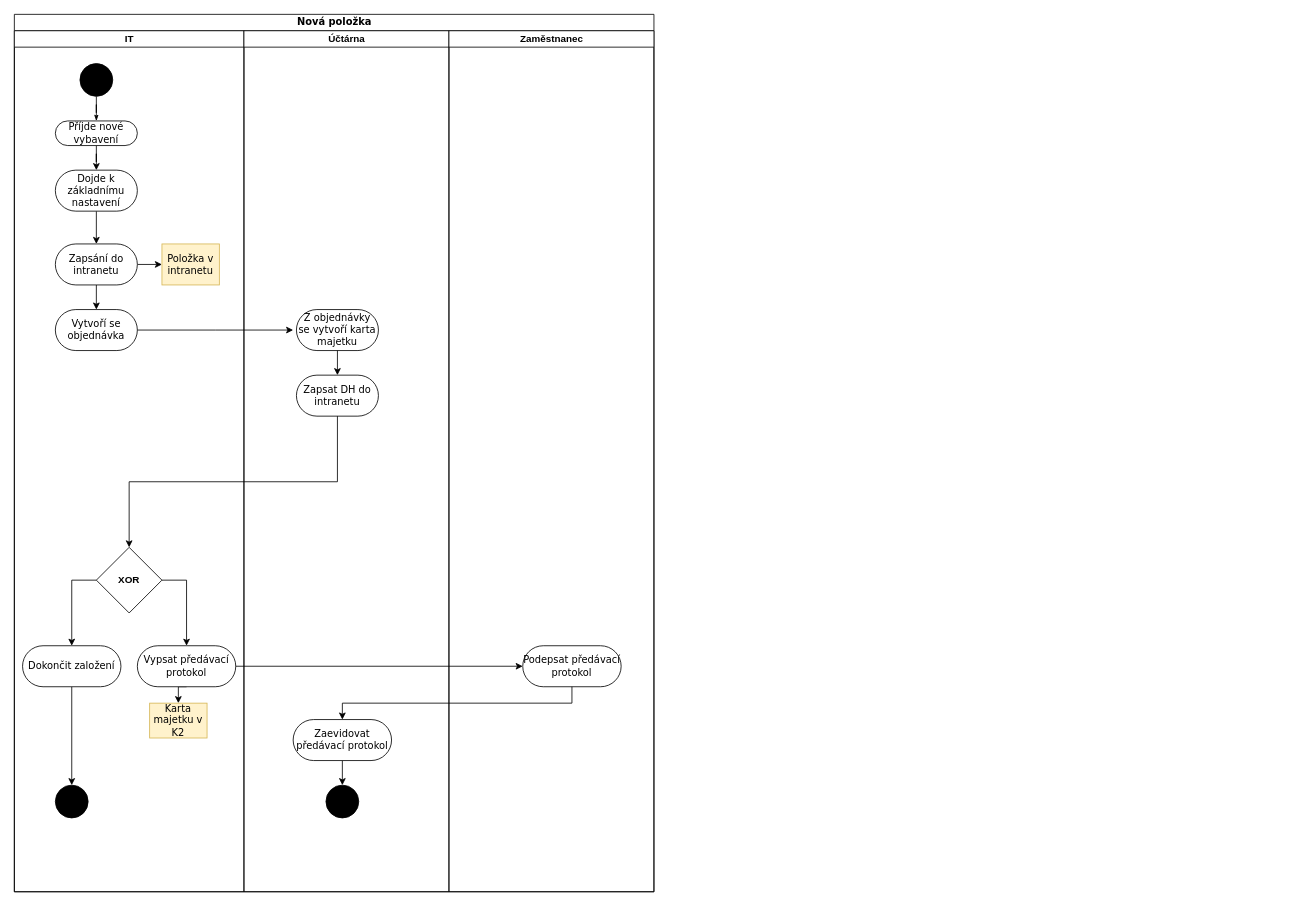
This is page "Nová položka - new 0.0.1" (5 of 7) of UML - Inventar.drawio from horeckyj/drawio, a draw.io file, before an edit. Source tidied: cells renumbered, new cells numbered last; positions are measured from the earlier drawing's top-left corner, leaving out a move shared by most shapes. Both pictures are drawn from the tidied source at 82%, with x=0, y=0 at pixel (14, 14).
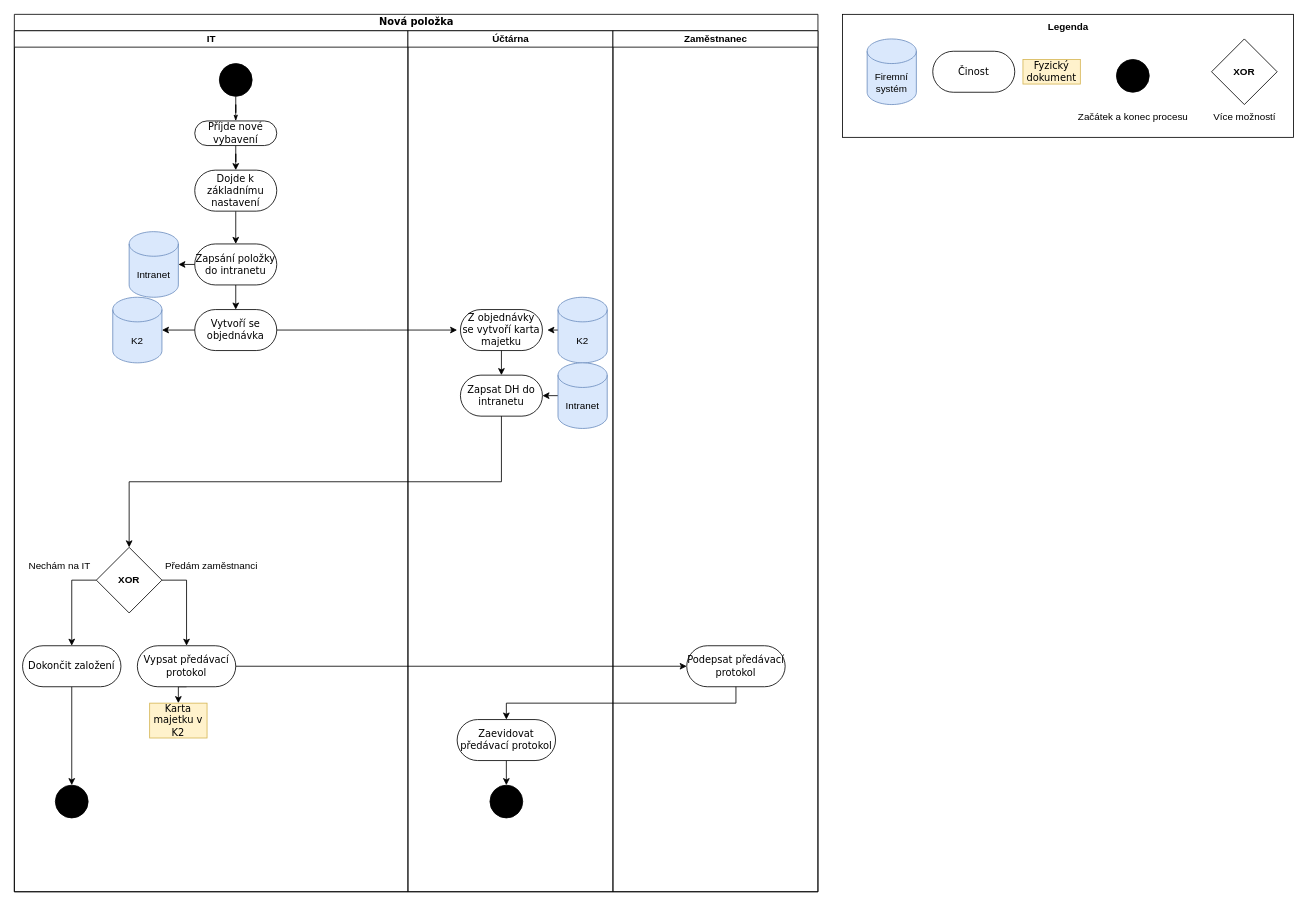
After the change.

Unchanged cells that the change refers to:
```xml
<mxCell id="30" value="Zapsat DH do intranetu" style="rounded=1;whiteSpace=wrap;html=1;shadow=0;comic=0;labelBackgroundColor=none;strokeWidth=1;fontFamily=Verdana;fontSize=12;align=center;arcSize=50;" parent="25" vertex="1">
  <mxGeometry x="64" y="420" width="100" height="50" as="geometry" />
</mxCell>
```

The edit, as a diff of the source:
```diff
@@
     <mxCell id="2" value="Nová položka" style="swimlane;html=1;startSize=20;rounded=0;shadow=0;comic=0;labelBackgroundColor=none;strokeWidth=1;fontFamily=Verdana;fontSize=12;align=center;" parent="1" vertex="1">
-      <mxGeometry width="780" height="1070" as="geometry" />
+      <mxGeometry width="980" height="1070" as="geometry" />
     </mxCell>
     <mxCell id="3" value="IT" style="swimlane;html=1;startSize=20;" parent="2" vertex="1">
-      <mxGeometry y="20" width="280" height="1050" as="geometry" />
+      <mxGeometry y="20" width="480" height="1050" as="geometry" />
     </mxCell>
     <mxCell id="4" style="ellipse;whiteSpace=wrap;html=1;rounded=0;shadow=0;comic=0;labelBackgroundColor=none;strokeWidth=1;fillColor=#000000;fontFamily=Verdana;fontSize=12;align=center;" parent="3" vertex="1">
-      <mxGeometry x="80" y="40" width="40" height="40" as="geometry" />
+      <mxGeometry x="250" y="40" width="40" height="40" as="geometry" />
     </mxCell>
@@
     <mxCell id="6" value="Příjde nové vybavení" style="rounded=1;whiteSpace=wrap;html=1;shadow=0;comic=0;labelBackgroundColor=none;strokeWidth=1;fontFamily=Verdana;fontSize=12;align=center;arcSize=50;" parent="3" vertex="1">
-      <mxGeometry x="50" y="110" width="100" height="30" as="geometry" />
+      <mxGeometry x="220" y="110" width="100" height="30" as="geometry" />
     </mxCell>
@@
     <mxCell id="9" value="Dojde k základnímu nastavení" style="rounded=1;whiteSpace=wrap;html=1;shadow=0;comic=0;labelBackgroundColor=none;strokeWidth=1;fontFamily=Verdana;fontSize=12;align=center;arcSize=50;" parent="3" vertex="1">
-      <mxGeometry x="50" y="170" width="100" height="50" as="geometry" />
+      <mxGeometry x="220" y="170" width="100" height="50" as="geometry" />
     </mxCell>
-    <mxCell id="10" style="edgeStyle=orthogonalEdgeStyle;rounded=0;jettySize=auto;html=1;exitX=1;exitY=0.5;exitDx=0;exitDy=0;entryX=0;entryY=0.5;entryDx=0;entryDy=0;" parent="3" edge="1" source="12" target="13">
-      <mxGeometry relative="1" as="geometry" />
-    </mxCell>
@@
-    <mxCell id="12" value="Zapsání do intranetu" style="rounded=1;whiteSpace=wrap;html=1;shadow=0;comic=0;labelBackgroundColor=none;strokeWidth=1;fontFamily=Verdana;fontSize=12;align=center;arcSize=50;" parent="3" vertex="1">
-      <mxGeometry x="50" y="260" width="100" height="50" as="geometry" />
+    <mxCell id="12" value="Zapsání položky do intranetu" style="rounded=1;whiteSpace=wrap;html=1;shadow=0;comic=0;labelBackgroundColor=none;strokeWidth=1;fontFamily=Verdana;fontSize=12;align=center;arcSize=50;" parent="3" vertex="1">
+      <mxGeometry x="220" y="260" width="100" height="50" as="geometry" />
     </mxCell>
-    <mxCell id="13" value="Položka v intranetu" style="rounded=0;whiteSpace=wrap;html=1;shadow=0;comic=0;labelBackgroundColor=none;strokeWidth=1;fontFamily=Verdana;fontSize=12;align=center;arcSize=50;fillColor=#fff2cc;strokeColor=#d6b656;" parent="3" vertex="1">
-      <mxGeometry x="180" y="260" width="70" height="50" as="geometry" />
-    </mxCell>
@@
-    <mxCell id="23" style="edgeStyle=orthogonalEdgeStyle;rounded=0;jettySize=auto;html=1;exitX=1;exitY=0.5;exitDx=0;exitDy=0;" parent="3" edge="1" source="24">
-      <mxGeometry relative="1" as="geometry">
-        <mxPoint x="340" y="365" as="targetPoint" />
-      </mxGeometry>
-    </mxCell>
+    <mxCell id="37" style="edgeStyle=orthogonalEdgeStyle;rounded=0;jettySize=auto;html=1;exitX=1;exitY=0.5;exitDx=0;exitDy=0;" parent="3" edge="1" source="24">
+      <mxGeometry relative="1" as="geometry">
+        <mxPoint x="540" y="365" as="targetPoint" />
+      </mxGeometry>
+    </mxCell>
     <mxCell id="24" value="Vytvoří se objednávka" style="rounded=1;whiteSpace=wrap;html=1;shadow=0;comic=0;labelBackgroundColor=none;strokeWidth=1;fontFamily=Verdana;fontSize=12;align=center;arcSize=50;" parent="3" vertex="1">
-      <mxGeometry x="50" y="340" width="100" height="50" as="geometry" />
+      <mxGeometry x="220" y="340" width="100" height="50" as="geometry" />
     </mxCell>
+    <mxCell id="38" value="Intranet" style="shape=cylinder3;whiteSpace=wrap;html=1;boundedLbl=1;backgroundOutline=1;size=15;fillColor=#dae8fc;strokeColor=#6c8ebf;" parent="3" vertex="1">
+      <mxGeometry x="140" y="245" width="60" height="80" as="geometry" />
+    </mxCell>
+    <mxCell id="39" value="K2" style="shape=cylinder3;whiteSpace=wrap;html=1;boundedLbl=1;backgroundOutline=1;size=15;fillColor=#dae8fc;strokeColor=#6c8ebf;" parent="3" vertex="1">
+      <mxGeometry x="120" y="325" width="60" height="80" as="geometry" />
+    </mxCell>
+    <mxCell id="40" style="edgeStyle=orthogonalEdgeStyle;rounded=0;jettySize=auto;html=1;exitX=0;exitY=0.5;exitDx=0;exitDy=0;entryX=1;entryY=0.5;entryDx=0;entryDy=0;entryPerimeter=0;" parent="3" edge="1" source="12" target="38">
+      <mxGeometry relative="1" as="geometry" />
+    </mxCell>
+    <mxCell id="41" style="edgeStyle=orthogonalEdgeStyle;rounded=0;jettySize=auto;html=1;exitX=0;exitY=0.5;exitDx=0;exitDy=0;entryX=1;entryY=0.5;entryDx=0;entryDy=0;entryPerimeter=0;" parent="3" edge="1" source="24" target="39">
+      <mxGeometry relative="1" as="geometry" />
+    </mxCell>
+    <mxCell id="42" value="Předám zaměstnanci" style="text;html=1;align=center;verticalAlign=middle;strokeColor=none;fillColor=none;" parent="3" vertex="1">
+      <mxGeometry x="170" y="638" width="140" height="30" as="geometry" />
+    </mxCell>
+    <mxCell id="43" value="Nechám na IT" style="text;html=1;align=center;verticalAlign=middle;strokeColor=none;fillColor=none;" parent="3" vertex="1">
+      <mxGeometry x="5" y="638" width="100" height="30" as="geometry" />
+    </mxCell>
     <mxCell id="25" value="Účtárna" style="swimlane;html=1;startSize=20;" parent="2" vertex="1">
-      <mxGeometry x="280" y="20" width="250" height="1050" as="geometry" />
+      <mxGeometry x="480" y="20" width="250" height="1050" as="geometry" />
     </mxCell>
@@
+    <mxCell id="44" style="edgeStyle=orthogonalEdgeStyle;rounded=0;jettySize=auto;html=1;exitX=0;exitY=0.5;exitDx=0;exitDy=0;exitPerimeter=0;" parent="25" edge="1" source="45">
+      <mxGeometry relative="1" as="geometry">
+        <mxPoint x="170" y="365" as="targetPoint" />
+      </mxGeometry>
+    </mxCell>
+    <mxCell id="45" value="K2" style="shape=cylinder3;whiteSpace=wrap;html=1;boundedLbl=1;backgroundOutline=1;size=15;fillColor=#dae8fc;strokeColor=#6c8ebf;" parent="25" vertex="1">
+      <mxGeometry x="183" y="325" width="60" height="80" as="geometry" />
+    </mxCell>
+    <mxCell id="46" style="edgeStyle=orthogonalEdgeStyle;rounded=0;jettySize=auto;html=1;exitX=0;exitY=0.5;exitDx=0;exitDy=0;exitPerimeter=0;entryX=1;entryY=0.5;entryDx=0;entryDy=0;" parent="25" edge="1" source="47" target="30">
+      <mxGeometry relative="1" as="geometry" />
+    </mxCell>
+    <mxCell id="47" value="Intranet" style="shape=cylinder3;whiteSpace=wrap;html=1;boundedLbl=1;backgroundOutline=1;size=15;fillColor=#dae8fc;strokeColor=#6c8ebf;" parent="25" vertex="1">
+      <mxGeometry x="183" y="405" width="60" height="80" as="geometry" />
+    </mxCell>
     <mxCell id="32" value="Zaměstnanec" style="swimlane;html=1;startSize=20;" parent="2" vertex="1">
-      <mxGeometry x="530" y="20" width="250" height="1050" as="geometry" />
+      <mxGeometry x="730" y="20" width="250" height="1050" as="geometry" />
     </mxCell>
@@
+    <mxCell id="48" style="rounded=0;whiteSpace=wrap;html=1;" parent="1" vertex="1">
+      <mxGeometry x="1010" width="550" height="150" as="geometry" />
+    </mxCell>
+    <mxCell id="49" value="Firemní systém" style="shape=cylinder3;whiteSpace=wrap;html=1;boundedLbl=1;backgroundOutline=1;size=15;fillColor=#dae8fc;strokeColor=#6c8ebf;" parent="1" vertex="1">
+      <mxGeometry x="1040" y="30" width="60" height="80" as="geometry" />
+    </mxCell>
+    <mxCell id="50" value="Činost" style="rounded=1;whiteSpace=wrap;html=1;shadow=0;comic=0;labelBackgroundColor=none;strokeWidth=1;fontFamily=Verdana;fontSize=12;align=center;arcSize=50;" parent="1" vertex="1">
+      <mxGeometry x="1120" y="45" width="100" height="50" as="geometry" />
+    </mxCell>
+    <mxCell id="51" value="Fyzický dokument" style="rounded=0;whiteSpace=wrap;html=1;shadow=0;comic=0;labelBackgroundColor=none;strokeWidth=1;fontFamily=Verdana;fontSize=12;align=center;arcSize=50;fillColor=#fff2cc;strokeColor=#d6b656;" parent="1" vertex="1">
+      <mxGeometry x="1230" y="55" width="70" height="30" as="geometry" />
+    </mxCell>
+    <mxCell id="52" style="ellipse;whiteSpace=wrap;html=1;rounded=0;shadow=0;comic=0;labelBackgroundColor=none;strokeWidth=1;fillColor=#000000;fontFamily=Verdana;fontSize=12;align=center;" parent="1" vertex="1">
+      <mxGeometry x="1344" y="55" width="40" height="40" as="geometry" />
+    </mxCell>
+    <mxCell id="53" value="Začátek a konec procesu" style="text;html=1;align=center;verticalAlign=middle;strokeColor=none;fillColor=none;" parent="1" vertex="1">
+      <mxGeometry x="1284" y="110" width="160" height="30" as="geometry" />
+    </mxCell>
+    <mxCell id="54" value="&lt;b&gt;XOR&lt;/b&gt;" style="rhombus;whiteSpace=wrap;html=1;" parent="1" vertex="1">
+      <mxGeometry x="1460" y="30" width="80" height="80" as="geometry" />
+    </mxCell>
+    <mxCell id="55" value="Více možností" style="text;html=1;align=center;verticalAlign=middle;strokeColor=none;fillColor=none;" parent="1" vertex="1">
+      <mxGeometry x="1450" y="110" width="100" height="30" as="geometry" />
+    </mxCell>
+    <mxCell id="56" value="Legenda" style="text;html=1;align=center;verticalAlign=middle;strokeColor=none;fillColor=none;fontStyle=1;" parent="1" vertex="1">
+      <mxGeometry x="1250" width="70" height="30" as="geometry" />
+    </mxCell>
```
